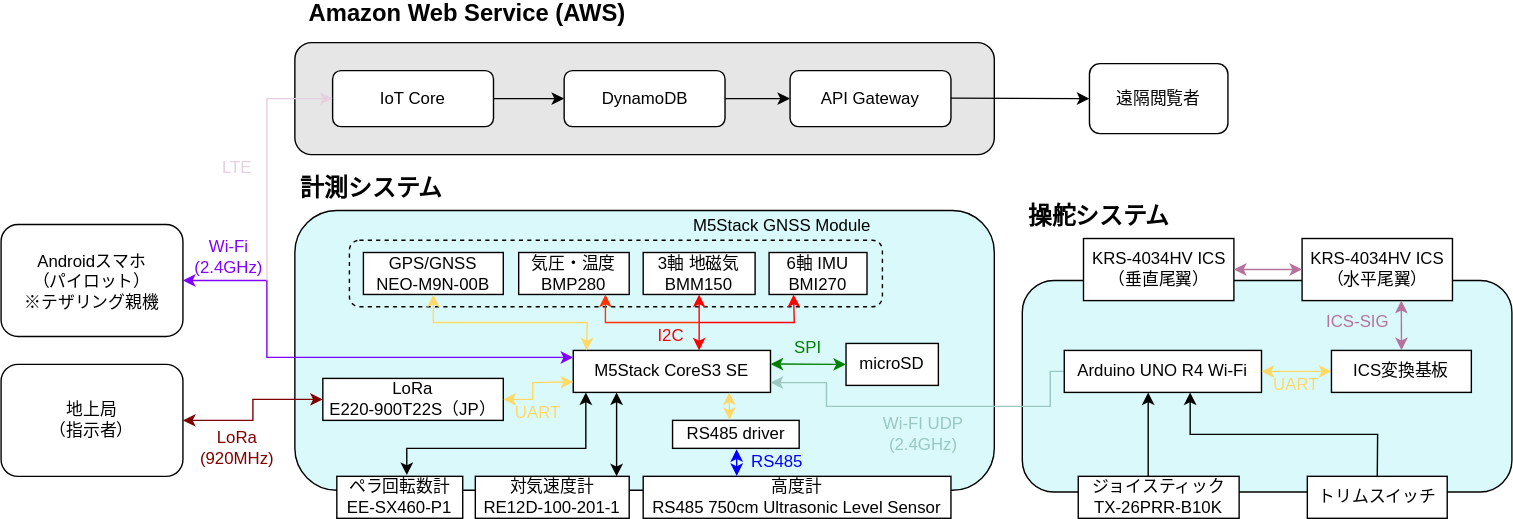
This is HPA.drawio.svg from 21km43/HPA, a draw.io export, as it was before one commit. Source tidied: cells renumbered, new cells last; positions are measured from the earlier drawing's top-left corner, leaving out a move shared by most shapes.
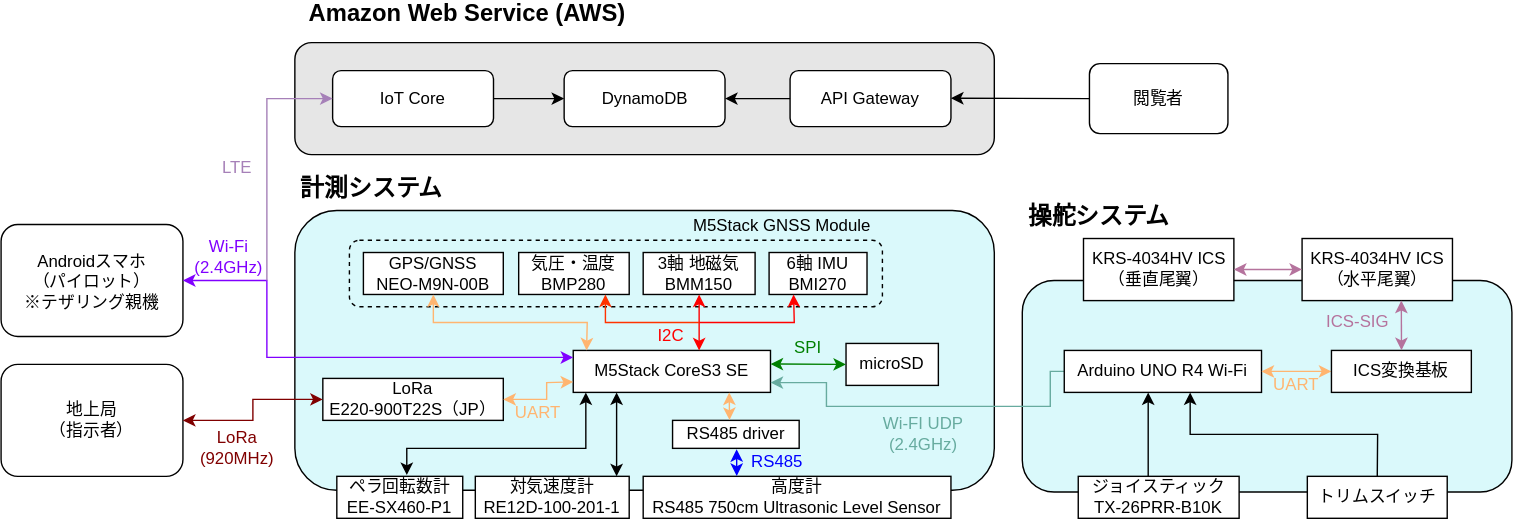
The same file after the commit.

Commit message:
HPA.drawio.svg を追加しました。

What changed in the source:
```diff
@@ -71,7 +71,7 @@
     <mxCell id="19" value="I2C" style="text;html=1;align=center;verticalAlign=middle;whiteSpace=wrap;rounded=0;fontColor=#ff0000;" parent="1" vertex="1">
       <mxGeometry x="456.5" y="230" width="46" height="20" as="geometry" />
     </mxCell>
-    <mxCell id="20" style="endArrow=classic;startArrow=classic;html=1;rounded=0;strokeColor=#FFD966;entryX=0.106;entryY=0.002;entryDx=0;entryDy=0;entryPerimeter=0;" parent="1" edge="1">
+    <mxCell id="20" style="endArrow=classic;startArrow=classic;html=1;rounded=0;strokeColor=#FFB570;entryX=0.106;entryY=0.002;entryDx=0;entryDy=0;entryPerimeter=0;" parent="1" edge="1">
       <mxGeometry relative="1" as="geometry">
         <mxPoint x="309" y="210" as="sourcePoint" />
         <mxPoint x="418.5" y="250" as="targetPoint" />
@@ -81,17 +81,17 @@
         </Array>
       </mxGeometry>
     </mxCell>
-    <mxCell id="21" value="&lt;font&gt;UART&lt;/font&gt;" style="text;html=1;align=center;verticalAlign=middle;whiteSpace=wrap;rounded=0;fontColor=#FFD966;" parent="1" vertex="1">
+    <mxCell id="21" value="&lt;font&gt;UART&lt;/font&gt;" style="text;html=1;align=center;verticalAlign=middle;whiteSpace=wrap;rounded=0;fontColor=#FFB570;" parent="1" vertex="1">
       <mxGeometry x="359" y="285" width="50" height="20" as="geometry" />
     </mxCell>
     <mxCell id="22" value="SPI" style="text;html=1;align=center;verticalAlign=middle;whiteSpace=wrap;rounded=0;fontColor=#008000;" parent="1" vertex="1">
       <mxGeometry x="557" y="237.5" width="40" height="20" as="geometry" />
     </mxCell>
-    <mxCell id="23" style="endArrow=classic;startArrow=classic;html=1;rounded=0;strokeColor=#FFD966;entryX=0;entryY=0.75;entryDx=0;entryDy=0;exitX=1;exitY=0.5;exitDx=0;exitDy=0;" parent="1" edge="1" source="11" target="6">
+    <mxCell id="23" style="endArrow=classic;startArrow=classic;html=1;rounded=0;strokeColor=#FFB570;entryX=0;entryY=0.75;entryDx=0;entryDy=0;exitX=1;exitY=0.5;exitDx=0;exitDy=0;" parent="1" edge="1" source="11" target="6">
       <mxGeometry relative="1" as="geometry">
         <Array as="points">
-          <mxPoint x="380" y="285" />
-          <mxPoint x="380" y="273" />
+          <mxPoint x="390" y="285" />
+          <mxPoint x="390" y="273" />
         </Array>
       </mxGeometry>
     </mxCell>
@@ -157,7 +157,7 @@
     <mxCell id="36" value="RS485 driver" style="rounded=0;whiteSpace=wrap;html=1;" parent="1" vertex="1">
       <mxGeometry x="480" y="300" width="90.5" height="20" as="geometry" />
     </mxCell>
-    <mxCell id="37" style="endArrow=classic;startArrow=classic;html=1;rounded=0;strokeColor=#FFD966;entryX=0.45;entryY=-0.014;entryDx=0;entryDy=0;exitX=1;exitY=0.5;exitDx=0;exitDy=0;entryPerimeter=0;" parent="1" edge="1" target="36">
+    <mxCell id="37" style="endArrow=classic;startArrow=classic;html=1;rounded=0;strokeColor=#FFB570;entryX=0.45;entryY=-0.014;entryDx=0;entryDy=0;exitX=1;exitY=0.5;exitDx=0;exitDy=0;entryPerimeter=0;" parent="1" edge="1" target="36">
       <mxGeometry relative="1" as="geometry">
         <mxPoint x="520.5" y="280" as="sourcePoint" />
       </mxGeometry>
@@ -165,7 +165,7 @@
     <mxCell id="38" value="RS485" style="text;html=1;align=center;verticalAlign=middle;whiteSpace=wrap;rounded=0;fontColor=#0000FF;" parent="1" vertex="1">
       <mxGeometry x="530" y="320" width="50" height="20" as="geometry" />
     </mxCell>
-    <mxCell id="39" style="endArrow=none;startArrow=classic;html=1;rounded=0;strokeColor=#9AC7BF;exitX=1;exitY=0.75;exitDx=0;exitDy=0;entryX=0;entryY=0.5;entryDx=0;entryDy=0;startFill=1;endFill=0;" parent="1" edge="1" target="43">
+    <mxCell id="39" style="endArrow=none;startArrow=classic;html=1;rounded=0;strokeColor=#67AB9F;exitX=1;exitY=0.75;exitDx=0;exitDy=0;entryX=0;entryY=0.5;entryDx=0;entryDy=0;startFill=1;endFill=0;" parent="1" edge="1" target="43">
       <mxGeometry relative="1" as="geometry">
         <mxPoint x="550" y="273" as="sourcePoint" />
         <Array as="points">
@@ -189,7 +189,7 @@
     <mxCell id="43" value="Arduino UNO R4 Wi-Fi" style="rounded=0;whiteSpace=wrap;html=1;" parent="1" vertex="1">
       <mxGeometry x="760" y="250" width="141" height="30" as="geometry" />
     </mxCell>
-    <mxCell id="44" value="&lt;div&gt;Wi-FI UDP&lt;/div&gt;&lt;div&gt;(2.4GHz)&lt;/div&gt;" style="text;html=1;align=center;verticalAlign=middle;whiteSpace=wrap;rounded=0;fontColor=#9AC7BF;" parent="1" vertex="1">
+    <mxCell id="44" value="&lt;div&gt;Wi-FI UDP&lt;/div&gt;&lt;div&gt;(2.4GHz)&lt;/div&gt;" style="text;html=1;align=center;verticalAlign=middle;whiteSpace=wrap;rounded=0;fontColor=#67AB9F;" parent="1" vertex="1">
       <mxGeometry x="619" y="295" width="81" height="30" as="geometry" />
     </mxCell>
     <mxCell id="45" value="IoT Core" style="rounded=1;whiteSpace=wrap;html=1;" parent="1" vertex="1">
@@ -198,7 +198,7 @@
     <mxCell id="46" value="DynamoDB" style="rounded=1;whiteSpace=wrap;html=1;" parent="1" vertex="1">
       <mxGeometry x="402.5" y="50" width="115" height="40" as="geometry" />
     </mxCell>
-    <mxCell id="47" style="endArrow=classic;html=1;rounded=0;fontColor=#E6D0DE;strokeColor=#E6D0DE;entryX=0;entryY=0.5;entryDx=0;entryDy=0;" parent="1" edge="1" target="45">
+    <mxCell id="47" style="endArrow=classic;html=1;rounded=0;fontColor=#E6D0DE;strokeColor=#A680B8;entryX=0;entryY=0.5;entryDx=0;entryDy=0;" parent="1" edge="1" target="45">
       <mxGeometry relative="1" as="geometry">
         <mxPoint x="190" y="200" as="sourcePoint" />
         <Array as="points">
@@ -209,21 +209,21 @@
     <mxCell id="48" value="API Gateway" style="rounded=1;whiteSpace=wrap;html=1;" parent="1" vertex="1">
       <mxGeometry x="564" y="50" width="115" height="40" as="geometry" />
     </mxCell>
-    <mxCell id="49" value="LTE" style="text;html=1;align=center;verticalAlign=middle;whiteSpace=wrap;rounded=0;fontColor=#E6D0DE;" parent="1" vertex="1">
+    <mxCell id="49" value="LTE" style="text;html=1;align=center;verticalAlign=middle;whiteSpace=wrap;rounded=0;fontColor=#A680B8;" parent="1" vertex="1">
       <mxGeometry x="150" y="110" width="37.5" height="20" as="geometry" />
     </mxCell>
     <mxCell id="50" style="endArrow=classic;html=1;rounded=0;exitX=1;exitY=0.5;exitDx=0;exitDy=0;entryX=0;entryY=0.5;entryDx=0;entryDy=0;" parent="1" edge="1" source="45" target="46">
       <mxGeometry relative="1" as="geometry" />
     </mxCell>
-    <mxCell id="51" style="endArrow=classic;html=1;rounded=0;exitX=1;exitY=0.5;exitDx=0;exitDy=0;entryX=0;entryY=0.5;entryDx=0;entryDy=0;" parent="1" edge="1" source="46" target="48">
+    <mxCell id="51" style="endArrow=none;html=1;rounded=0;exitX=1;exitY=0.5;exitDx=0;exitDy=0;entryX=0;entryY=0.5;entryDx=0;entryDy=0;startFill=1;startArrow=classic;" parent="1" edge="1" source="46" target="48">
       <mxGeometry relative="1" as="geometry" />
     </mxCell>
-    <mxCell id="52" style="endArrow=classic;html=1;rounded=0;exitX=1;exitY=0.5;exitDx=0;exitDy=0;entryX=0;entryY=0.5;entryDx=0;entryDy=0;" parent="1" edge="1" target="53">
+    <mxCell id="52" style="endArrow=none;html=1;rounded=0;exitX=1;exitY=0.5;exitDx=0;exitDy=0;entryX=0;entryY=0.5;entryDx=0;entryDy=0;startArrow=classic;startFill=1;" parent="1" edge="1" target="53">
       <mxGeometry relative="1" as="geometry">
         <mxPoint x="679" y="69.7" as="sourcePoint" />
       </mxGeometry>
     </mxCell>
-    <mxCell id="53" value="遠隔閲覧者" style="rounded=1;whiteSpace=wrap;html=1;" parent="1" vertex="1">
+    <mxCell id="53" value="閲覧者" style="rounded=1;whiteSpace=wrap;html=1;" parent="1" vertex="1">
       <mxGeometry x="778" y="45" width="99" height="50" as="geometry" />
     </mxCell>
     <mxCell id="54" value="トリムスイッチ" style="rounded=0;whiteSpace=wrap;html=1;" parent="1" vertex="1">
@@ -247,13 +247,13 @@
         </Array>
       </mxGeometry>
     </mxCell>
-    <mxCell id="58" style="endArrow=classic;startArrow=classic;html=1;rounded=0;strokeColor=#FFD966;exitX=0;exitY=0.5;exitDx=0;exitDy=0;entryX=1;entryY=0.5;entryDx=0;entryDy=0;" parent="1" edge="1" source="59" target="43">
+    <mxCell id="58" style="endArrow=classic;startArrow=classic;html=1;rounded=0;strokeColor=#FFB570;exitX=0;exitY=0.5;exitDx=0;exitDy=0;entryX=1;entryY=0.5;entryDx=0;entryDy=0;" parent="1" edge="1" source="59" target="43">
       <mxGeometry relative="1" as="geometry" />
     </mxCell>
     <mxCell id="59" value="ICS変換基板" style="rounded=0;whiteSpace=wrap;html=1;" parent="1" vertex="1">
       <mxGeometry x="951" y="250" width="100" height="30" as="geometry" />
     </mxCell>
-    <mxCell id="60" value="&lt;font&gt;UART&lt;/font&gt;" style="text;html=1;align=center;verticalAlign=middle;whiteSpace=wrap;rounded=0;fontColor=#FFD966;" parent="1" vertex="1">
+    <mxCell id="60" value="&lt;font&gt;UART&lt;/font&gt;" style="text;html=1;align=center;verticalAlign=middle;whiteSpace=wrap;rounded=0;fontColor=#FFB570;" parent="1" vertex="1">
       <mxGeometry x="901" y="265" width="50" height="20" as="geometry" />
     </mxCell>
     <mxCell id="61" value="&lt;div&gt;KRS-4034HV ICS&lt;/div&gt;&lt;div&gt;（垂直尾翼）&lt;/div&gt;" style="rounded=0;whiteSpace=wrap;html=1;" parent="1" vertex="1">
```
